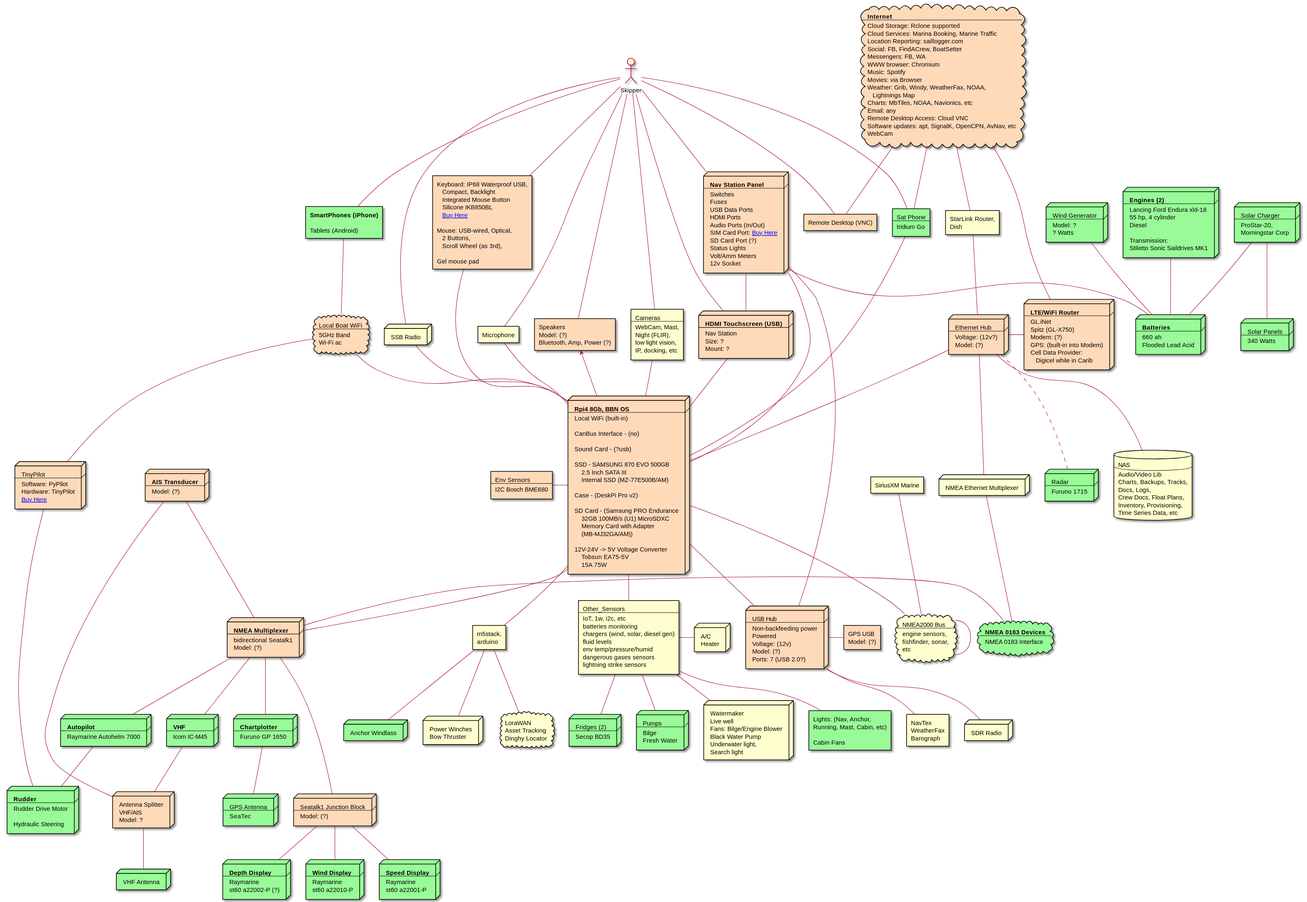
Above: docs/images/alcazar-system-arch.svg in SY-Alcazar/SY-Alcazar (PlantUML), before the change.
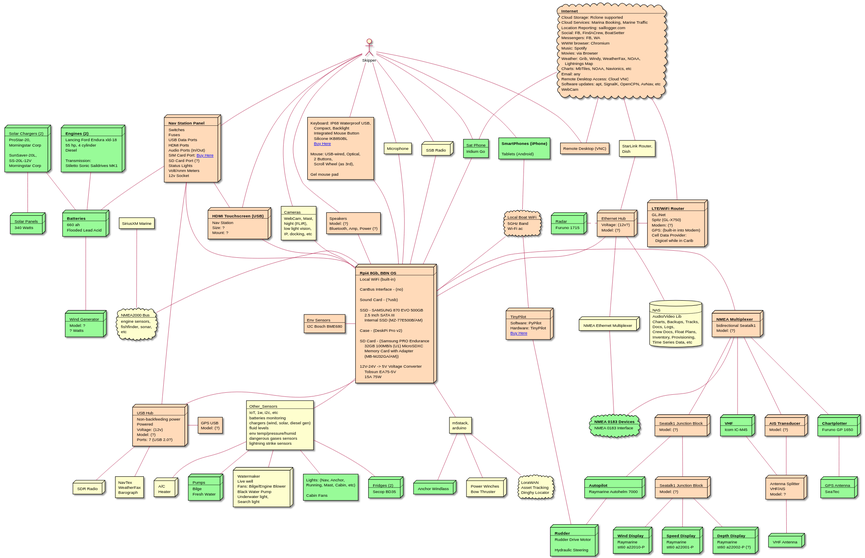
Above is the later version.

Commit message:
alcazar system arch

Change to the diagram source:
```diff
@@ -63,7 +63,13 @@
  etc
 ]
 
-node Junction_ST1 #peachpuff [
+node Junction_ST1_1 #peachpuff [
+ Seatalk1 Junction Block
+ ----
+ Model: (?)
+]
+
+node Junction_ST1_2 #peachpuff [
  Seatalk1 Junction Block
  ----
  Model: (?)
@@ -385,9 +391,13 @@
 ]
 
 node Charger_Solar #palegreen [
- Solar Charger
+ Solar Chargers (2)
  ----
  ProStar-20,
+ Morningstar Corp
+
+ SunSaver-20L,
+ SS-20L-12V
  Morningstar Corp
 ]
 
@@ -420,13 +430,13 @@
 ]
 
 RPI -l- Env_Sens
-RPI -- NMEA_2000
-RPI -d- NMEA_Mux
+RPI -l- NMEA_2000
+RPI -r- NMEA_Mux
 RPI -u- Eth_Hub
 RPI -- USB_Hub
 RPI -u- Touchscreen
 RPI -u- Cameras
-RPI -u-> Speakers
+RPI -u- Speakers
 RPI -u- Mic
 RPI -u- SSB
 RPI -u- Iridium
@@ -446,10 +456,9 @@
 AP_2 -- Rudder
 
 SiriusXM -- NMEA_2000
-NMEA_2000 -- NMEA_2000
 
 Eth_Hub -r- Router
-Eth_Hub -[dashed]- Radar
+Eth_Hub -[dashed]l- Radar
 Eth_Hub -- NAS
 Eth_Hub -- NMEA_Eth_Mux
 Eth_Hub -u- Dish_Router
@@ -458,23 +467,25 @@
 USB_Hub -- Weather
 USB_Hub -r- GPS
 
-Other_Sensors -r- AC
+Other_Sensors -- AC
 Other_Sensors -- Fridge
 Other_Sensors -- Appliance
 Other_Sensors -- Lights_Fans
 Other_Sensors -- Pumps
 
-NMEA_Mux -r- NMEA_0183
+NMEA_Mux -- NMEA_0183
 NMEA_Eth_Mux -- NMEA_0183
-NMEA_Mux -- AP
+NMEA_Mux -- Junction_ST1_2
 NMEA_Mux -- VHF
 NMEA_Mux -- Chartplotter
-NMEA_Mux --- Junction_ST1
-NMEA_Mux -u- AIS
+NMEA_Mux -- AIS
 
-Junction_ST1 -d- Dash_1
-Junction_ST1 -d- Dash_2
-Junction_ST1 -d- Dash_3
+Junction_ST1_1 -- Dash_1
+Junction_ST1_1 -- Dash_2
+Junction_ST1_1 -- Dash_3
+
+Junction_ST1_2 -- AP
+Junction_ST1_2 -- Junction_ST1_1
 
 Chartplotter -- GPS_Ant
 
@@ -500,7 +511,7 @@
 
 Charger_Solar -- Solar_Pan
 Charger_Solar -- Batteries
-Wind_Gen -- Batteries
+Wind_Gen -u- Batteries
 Engines -- Batteries
 
 VHF -- Splitter
```
